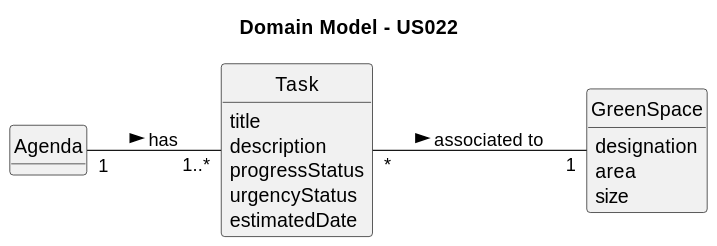
This is docs/sprintC/us022/02.analysis/svg/us022-domain-model.svg from ricardomm7/leaflink, a PlantUML export, as it was before one commit.
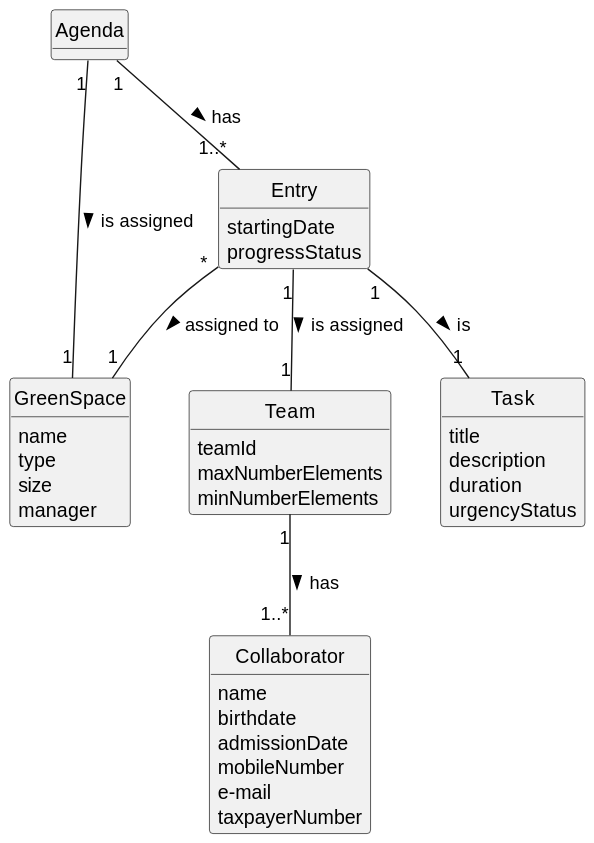
After the change.

Change to the diagram source:
```diff
@@ -3,34 +3,63 @@
 skinparam packageStyle rectangle
 skinparam shadowing false
 
-title Domain Model - US022
-
-left to right direction
 
 skinparam classAttributeIconSize 0
+
 hide circle
 hide methods
 
-class Agenda {
+
+class Collaborator {
+    name
+    birthdate
+    admissionDate
+    mobileNumber
+    e-mail
+    taxpayerNumber
+}
+
+class Team {
+    teamId
+    maxNumberElements
+    minNumberElements
+}
+
+class GreenSpace{
+    name
+    type
+    size
+    manager
 
 }
+
+class Entry {
+    startingDate
+    progressStatus
+
+}
+
 
 class Task {
     title
     description
-    progressStatus
+    duration
     urgencyStatus
-    estimatedDate
+
 }
 
-class GreenSpace{
-    designation
-    area
-    size
+class Agenda{
 }
 
+Agenda "1" -- "1..*" Entry: has >
 
-Agenda "1" -- "1..*" Task : has >
+Entry "1" -- "1" Task: is >
 
-Task "*" -- "1" GreenSpace: associated to >
+Entry "*" -- "1" GreenSpace : assigned to >
+
+Entry "1" -- "1" Team : is assigned >
+
+Team "1" -- "1..*" Collaborator : has >
+
+Agenda "1" -- "1" GreenSpace : is assigned >
 @enduml
```
